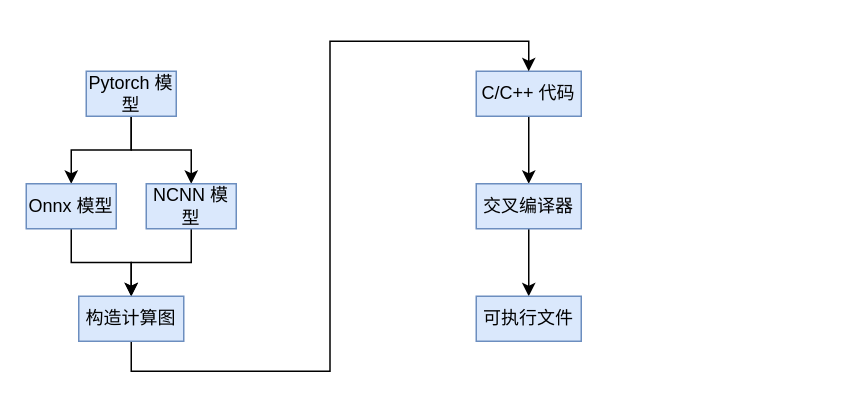
The draw.io diagram dl_compiler.drawio in foreignbill/drawio, before the edit. Source tidied: cells renumbered, new cells numbered last; positions are measured from the earlier drawing's top-left corner, leaving out a move shared by most shapes. Both pictures are drawn from the tidied source at 150%, with x=0, y=0 at pixel (26, 70).
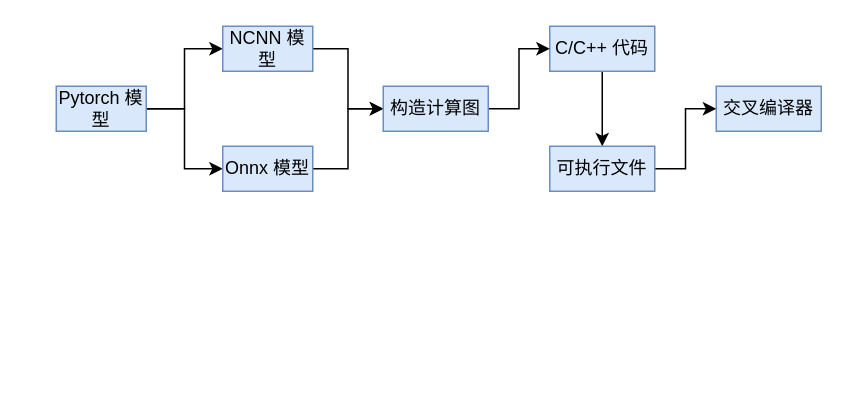
The same diagram, later.

Change to the diagram source:
```diff
@@
 <mxGraphModel>
   <root>
     <mxCell id="0" />
     <mxCell id="1" parent="0" />
+    <mxCell id="3" style="edgeStyle=orthogonalEdgeStyle;rounded=0;jettySize=auto;html=1;exitX=1;exitY=0.5;exitDx=0;exitDy=0;entryX=0;entryY=0.5;entryDx=0;entryDy=0;" parent="1" edge="1" source="4" target="8">
+      <mxGeometry relative="1" as="geometry" />
+    </mxCell>
-    <mxCell id="2" style="edgeStyle=orthogonalEdgeStyle;rounded=0;jettySize=auto;html=1;exitX=0.5;exitY=1;exitDx=0;exitDy=0;entryX=0.5;entryY=0;entryDx=0;entryDy=0;" parent="1" edge="1" source="4" target="6">
+    <mxCell id="2" style="edgeStyle=orthogonalEdgeStyle;rounded=0;jettySize=auto;html=1;exitX=1;exitY=0.5;exitDx=0;exitDy=0;entryX=0;entryY=0.5;entryDx=0;entryDy=0;" parent="1" edge="1" source="4" target="6">
       <mxGeometry relative="1" as="geometry" />
     </mxCell>
-    <mxCell id="3" style="edgeStyle=orthogonalEdgeStyle;rounded=0;jettySize=auto;html=1;exitX=0.5;exitY=1;exitDx=0;exitDy=0;entryX=0.5;entryY=0;entryDx=0;entryDy=0;" parent="1" edge="1" source="4" target="8">
-      <mxGeometry relative="1" as="geometry" />
-    </mxCell>
     <mxCell id="4" value="Pytorch 模型" style="rounded=0;whiteSpace=wrap;html=1;fillColor=#dae8fc;strokeColor=#6c8ebf;" parent="1" vertex="1">
-      <mxGeometry x="40" width="60" height="30" as="geometry" />
+      <mxGeometry x="20" y="10" width="60" height="30" as="geometry" />
     </mxCell>
-    <mxCell id="5" style="edgeStyle=orthogonalEdgeStyle;rounded=0;jettySize=auto;html=1;exitX=0.5;exitY=1;exitDx=0;exitDy=0;" parent="1" edge="1" source="6" target="15">
+    <mxCell id="5" style="edgeStyle=orthogonalEdgeStyle;rounded=0;jettySize=auto;html=1;exitX=1;exitY=0.5;exitDx=0;exitDy=0;entryX=0;entryY=0.5;entryDx=0;entryDy=0;" parent="1" edge="1" source="6" target="15">
       <mxGeometry relative="1" as="geometry" />
     </mxCell>
     <mxCell id="6" value="Onnx 模型" style="rounded=0;whiteSpace=wrap;html=1;fillColor=#dae8fc;strokeColor=#6c8ebf;" parent="1" vertex="1">
-      <mxGeometry y="75" width="60" height="30" as="geometry" />
+      <mxGeometry x="131" y="50" width="60" height="30" as="geometry" />
     </mxCell>
-    <mxCell id="7" style="edgeStyle=orthogonalEdgeStyle;rounded=0;jettySize=auto;html=1;exitX=0.5;exitY=1;exitDx=0;exitDy=0;" parent="1" edge="1" source="8" target="15">
+    <mxCell id="7" style="edgeStyle=orthogonalEdgeStyle;rounded=0;jettySize=auto;html=1;exitX=1;exitY=0.5;exitDx=0;exitDy=0;entryX=0;entryY=0.5;entryDx=0;entryDy=0;" parent="1" edge="1" source="8" target="15">
       <mxGeometry relative="1" as="geometry" />
     </mxCell>
     <mxCell id="8" value="NCNN 模型" style="rounded=0;whiteSpace=wrap;html=1;fillColor=#dae8fc;strokeColor=#6c8ebf;" parent="1" vertex="1">
-      <mxGeometry x="80" y="75" width="60" height="30" as="geometry" />
+      <mxGeometry x="131" y="-30" width="60" height="30" as="geometry" />
     </mxCell>
-    <mxCell id="9" style="edgeStyle=orthogonalEdgeStyle;rounded=0;jettySize=auto;html=1;" parent="1" edge="1" source="10" target="12">
-      <mxGeometry relative="1" as="geometry" />
-    </mxCell>
+    <mxCell id="16" style="edgeStyle=orthogonalEdgeStyle;rounded=0;jettySize=auto;html=1;exitX=0.5;exitY=1;exitDx=0;exitDy=0;" parent="1" edge="1" source="10" target="13">
+      <mxGeometry relative="1" as="geometry" />
+    </mxCell>
     <mxCell id="10" value="C/C++ 代码" style="rounded=0;whiteSpace=wrap;html=1;fillColor=#dae8fc;strokeColor=#6c8ebf;" parent="1" vertex="1">
-      <mxGeometry x="300" width="70" height="30" as="geometry" />
+      <mxGeometry x="349" y="-30" width="70" height="30" as="geometry" />
     </mxCell>
-    <mxCell id="11" style="edgeStyle=orthogonalEdgeStyle;rounded=0;jettySize=auto;html=1;exitX=0.5;exitY=1;exitDx=0;exitDy=0;entryX=0.5;entryY=0;entryDx=0;entryDy=0;" parent="1" edge="1" source="12" target="13">
-      <mxGeometry relative="1" as="geometry" />
-    </mxCell>
     <mxCell id="12" value="交叉编译器" style="rounded=0;whiteSpace=wrap;html=1;fillColor=#dae8fc;strokeColor=#6c8ebf;" parent="1" vertex="1">
-      <mxGeometry x="300" y="75" width="70" height="30" as="geometry" />
+      <mxGeometry x="460" y="10" width="70" height="30" as="geometry" />
     </mxCell>
+    <mxCell id="17" style="edgeStyle=orthogonalEdgeStyle;rounded=0;jettySize=auto;html=1;entryX=0;entryY=0.5;entryDx=0;entryDy=0;" parent="1" edge="1" source="13" target="12">
+      <mxGeometry relative="1" as="geometry" />
+    </mxCell>
     <mxCell id="13" value="可执行文件" style="rounded=0;whiteSpace=wrap;html=1;fillColor=#dae8fc;strokeColor=#6c8ebf;" parent="1" vertex="1">
-      <mxGeometry x="300" y="150" width="70" height="30" as="geometry" />
+      <mxGeometry x="349" y="50" width="70" height="30" as="geometry" />
     </mxCell>
-    <mxCell id="14" style="edgeStyle=orthogonalEdgeStyle;rounded=0;jettySize=auto;html=1;exitX=0.5;exitY=1;exitDx=0;exitDy=0;entryX=0.5;entryY=0;entryDx=0;entryDy=0;" parent="1" edge="1" source="15" target="10">
+    <mxCell id="14" style="edgeStyle=orthogonalEdgeStyle;rounded=0;jettySize=auto;html=1;exitX=1;exitY=0.5;exitDx=0;exitDy=0;entryX=0;entryY=0.5;entryDx=0;entryDy=0;" parent="1" edge="1" source="15" target="10">
       <mxGeometry relative="1" as="geometry" />
     </mxCell>
     <mxCell id="15" value="构造计算图" style="rounded=0;whiteSpace=wrap;html=1;fillColor=#dae8fc;strokeColor=#6c8ebf;" parent="1" vertex="1">
-      <mxGeometry x="35" y="150" width="70" height="30" as="geometry" />
+      <mxGeometry x="238" y="10" width="70" height="30" as="geometry" />
     </mxCell>
   </root>
 </mxGraphModel>
```
